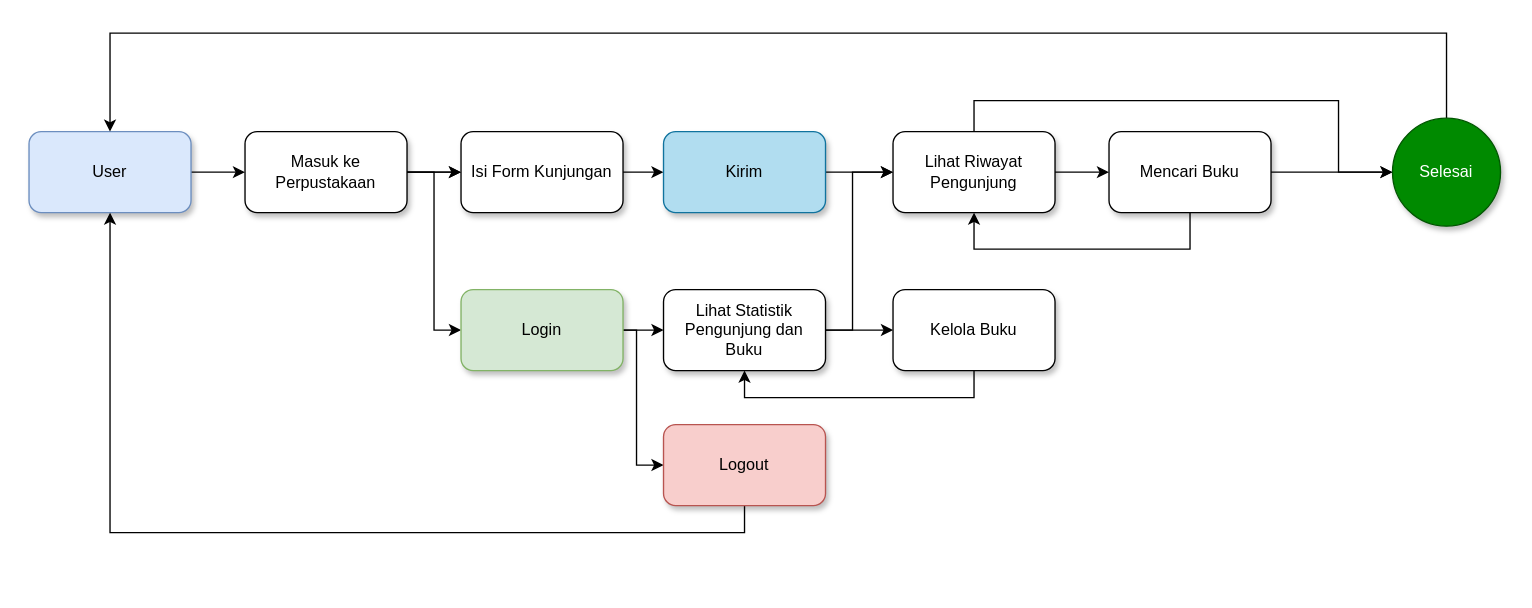
Earlier version of the draw.io diagram Alur-Perpus-Digital.drawio (Afkar-Saga/perpus-digital). Source tidied: cells renumbered, new cells numbered last; positions are measured from the earlier drawing's top-left corner, leaving out a move shared by most shapes. Both pictures are drawn from the tidied source at 135%, with x=0, y=0 at pixel (28, 32).
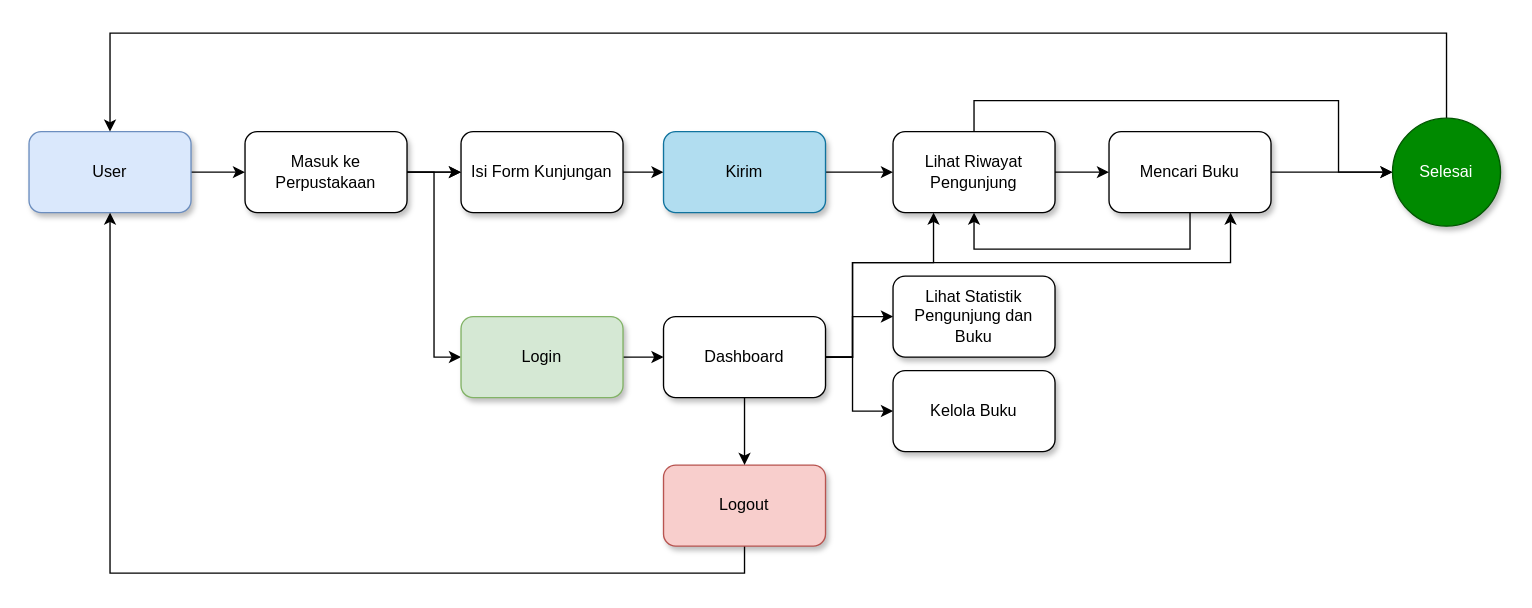
The same diagram, later.

Unchanged cells that the change refers to:
```xml
<mxCell id="7" value="Masuk ke Perpustakaan" style="rounded=1;whiteSpace=wrap;html=1;shadow=1;" parent="1" vertex="1">
  <mxGeometry x="160" y="73" width="120" height="60" as="geometry" />
</mxCell>
<mxCell id="12" value="Lihat Riwayat Pengunjung" style="whiteSpace=wrap;html=1;rounded=1;shadow=1;" parent="1" vertex="1">
  <mxGeometry x="640" y="73" width="120" height="60" as="geometry" />
</mxCell>
<mxCell id="15" value="Mencari Buku" style="whiteSpace=wrap;html=1;rounded=1;shadow=1;" parent="1" vertex="1">
  <mxGeometry x="800" y="73" width="120" height="60" as="geometry" />
</mxCell>
```

Change to the diagram source:
```diff
@@
     <mxCell id="6" style="edgeStyle=orthogonalEdgeStyle;rounded=0;jettySize=auto;html=1;fontFamily=Helvetica;fontSize=12;fontColor=default;entryX=0;entryY=0.5;entryDx=0;entryDy=0;" parent="1" edge="1" source="7" target="22">
       <mxGeometry relative="1" as="geometry">
         <Array as="points">
           <mxPoint x="300" y="103" />
-          <mxPoint x="300" y="220" />
+          <mxPoint x="300" y="240" />
         </Array>
       </mxGeometry>
     </mxCell>
@@
-    <mxCell id="20" style="edgeStyle=orthogonalEdgeStyle;rounded=0;jettySize=auto;html=1;fontFamily=Helvetica;fontSize=12;fontColor=default;" parent="1" edge="1" source="22" target="25">
-      <mxGeometry relative="1" as="geometry" />
-    </mxCell>
-    <mxCell id="21" style="edgeStyle=orthogonalEdgeStyle;rounded=0;jettySize=auto;html=1;fontFamily=Helvetica;fontSize=12;fontColor=default;" parent="1" edge="1" source="22" target="29">
-      <mxGeometry relative="1" as="geometry">
-        <Array as="points">
-          <mxPoint x="450" y="220" />
-          <mxPoint x="450" y="320" />
-        </Array>
-      </mxGeometry>
-    </mxCell>
+    <mxCell id="30" style="edgeStyle=orthogonalEdgeStyle;rounded=0;jettySize=auto;html=1;" parent="1" edge="1" source="22" target="36">
+      <mxGeometry relative="1" as="geometry" />
+    </mxCell>
     <mxCell id="22" value="Login" style="rounded=1;whiteSpace=wrap;html=1;shadow=1;strokeColor=#82b366;align=center;verticalAlign=middle;fontFamily=Helvetica;fontSize=12;fillColor=#d5e8d4;" parent="1" vertex="1">
-      <mxGeometry x="320" y="190" width="120" height="60" as="geometry" />
+      <mxGeometry x="320" y="210" width="120" height="60" as="geometry" />
     </mxCell>
-    <mxCell id="23" style="edgeStyle=orthogonalEdgeStyle;rounded=0;jettySize=auto;html=1;entryX=0;entryY=0.5;entryDx=0;entryDy=0;fontFamily=Helvetica;fontSize=12;fontColor=default;" parent="1" edge="1" source="25" target="12">
-      <mxGeometry relative="1" as="geometry">
-        <Array as="points">
-          <mxPoint x="610" y="220" />
-          <mxPoint x="610" y="103" />
-        </Array>
-      </mxGeometry>
-    </mxCell>
-    <mxCell id="24" style="edgeStyle=orthogonalEdgeStyle;rounded=0;jettySize=auto;html=1;fontFamily=Helvetica;fontSize=12;fontColor=default;" parent="1" edge="1" source="25" target="27">
-      <mxGeometry relative="1" as="geometry" />
-    </mxCell>
     <mxCell id="25" value="Lihat Statistik Pengunjung dan Buku" style="rounded=1;whiteSpace=wrap;html=1;shadow=1;strokeColor=default;align=center;verticalAlign=middle;fontFamily=Helvetica;fontSize=12;fontColor=default;fillColor=default;" parent="1" vertex="1">
-      <mxGeometry x="470" y="190" width="120" height="60" as="geometry" />
+      <mxGeometry x="640" y="180" width="120" height="60" as="geometry" />
     </mxCell>
-    <mxCell id="26" style="edgeStyle=orthogonalEdgeStyle;rounded=0;jettySize=auto;html=1;entryX=0.5;entryY=1;entryDx=0;entryDy=0;fontFamily=Helvetica;fontSize=12;fontColor=default;exitX=0.5;exitY=1;exitDx=0;exitDy=0;" parent="1" edge="1" source="27" target="25">
-      <mxGeometry relative="1" as="geometry" />
-    </mxCell>
     <mxCell id="27" value="Kelola Buku" style="rounded=1;whiteSpace=wrap;html=1;shadow=1;strokeColor=default;align=center;verticalAlign=middle;fontFamily=Helvetica;fontSize=12;fontColor=default;fillColor=default;" parent="1" vertex="1">
-      <mxGeometry x="640" y="190" width="120" height="60" as="geometry" />
+      <mxGeometry x="640" y="250" width="120" height="60" as="geometry" />
     </mxCell>
@@
     <mxCell id="29" value="Logout" style="rounded=1;whiteSpace=wrap;html=1;shadow=1;strokeColor=#b85450;align=center;verticalAlign=middle;fontFamily=Helvetica;fontSize=12;fillColor=#f8cecc;" parent="1" vertex="1">
-      <mxGeometry x="470" y="290" width="120" height="60" as="geometry" />
+      <mxGeometry x="470" y="320" width="120" height="60" as="geometry" />
     </mxCell>
+    <mxCell id="31" style="edgeStyle=orthogonalEdgeStyle;rounded=0;jettySize=auto;html=1;entryX=0;entryY=0.5;entryDx=0;entryDy=0;" parent="1" edge="1" source="36" target="25">
+      <mxGeometry relative="1" as="geometry">
+        <Array as="points">
+          <mxPoint x="610" y="240" />
+          <mxPoint x="610" y="210" />
+        </Array>
+      </mxGeometry>
+    </mxCell>
+    <mxCell id="32" style="edgeStyle=orthogonalEdgeStyle;rounded=0;jettySize=auto;html=1;entryX=0;entryY=0.5;entryDx=0;entryDy=0;" parent="1" edge="1" source="36" target="27">
+      <mxGeometry relative="1" as="geometry">
+        <Array as="points">
+          <mxPoint x="610" y="240" />
+          <mxPoint x="610" y="280" />
+        </Array>
+      </mxGeometry>
+    </mxCell>
+    <mxCell id="33" style="edgeStyle=orthogonalEdgeStyle;rounded=0;jettySize=auto;html=1;entryX=0.5;entryY=0;entryDx=0;entryDy=0;" parent="1" edge="1" source="36" target="29">
+      <mxGeometry relative="1" as="geometry" />
+    </mxCell>
+    <mxCell id="34" style="edgeStyle=orthogonalEdgeStyle;rounded=0;jettySize=auto;html=1;entryX=0.25;entryY=1;entryDx=0;entryDy=0;" parent="1" edge="1" source="36" target="12">
+      <mxGeometry relative="1" as="geometry">
+        <Array as="points">
+          <mxPoint x="610" y="240" />
+          <mxPoint x="610" y="170" />
+          <mxPoint x="670" y="170" />
+        </Array>
+      </mxGeometry>
+    </mxCell>
+    <mxCell id="35" style="edgeStyle=orthogonalEdgeStyle;rounded=0;jettySize=auto;html=1;entryX=0.75;entryY=1;entryDx=0;entryDy=0;" parent="1" edge="1" source="36" target="15">
+      <mxGeometry relative="1" as="geometry">
+        <Array as="points">
+          <mxPoint x="610" y="240" />
+          <mxPoint x="610" y="170" />
+          <mxPoint x="890" y="170" />
+        </Array>
+      </mxGeometry>
+    </mxCell>
+    <mxCell id="36" value="Dashboard" style="rounded=1;whiteSpace=wrap;html=1;shadow=1;align=center;verticalAlign=middle;fontFamily=Helvetica;fontSize=12;" parent="1" vertex="1">
+      <mxGeometry x="470" y="210" width="120" height="60" as="geometry" />
+    </mxCell>
```
